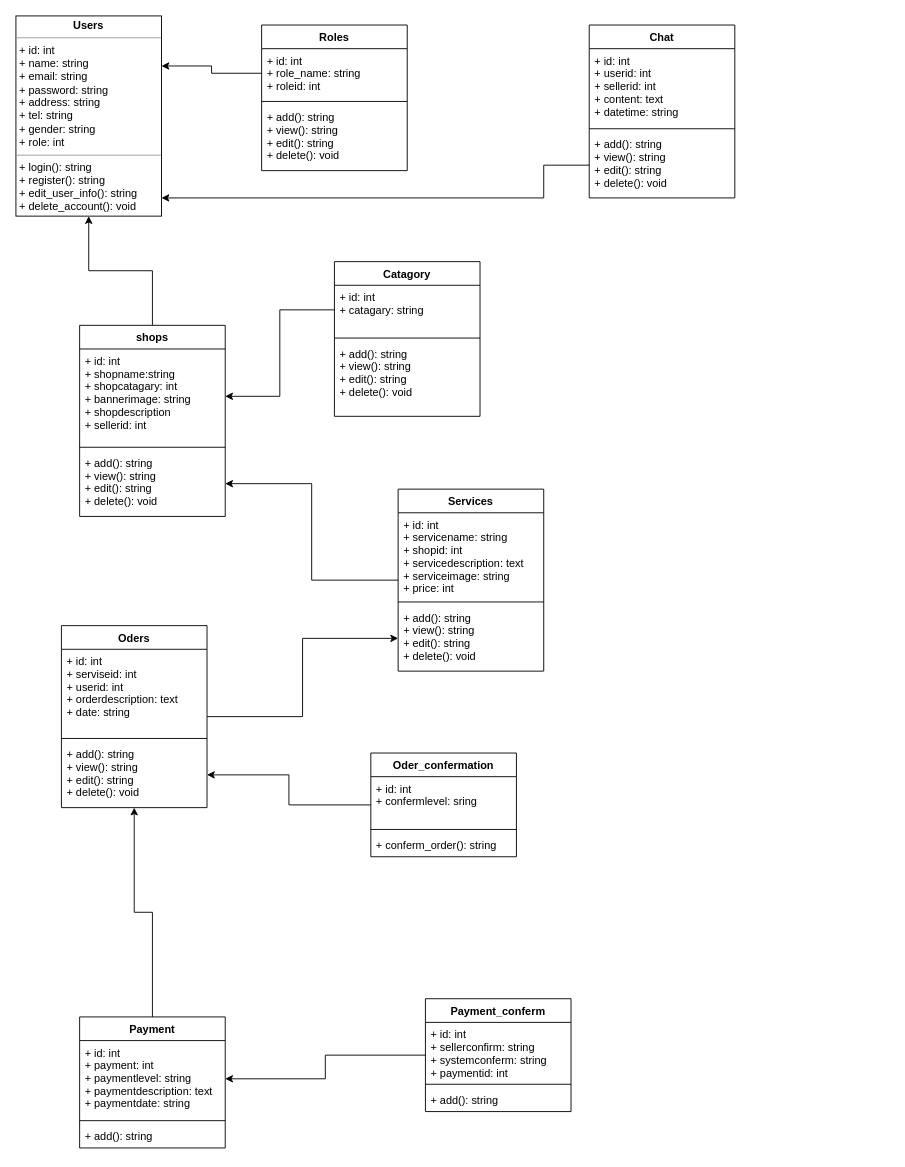
This is files/wokers_yard.drawio from WarunaDisanayaka/E-commerce-implementation-module-2243-mini-project, a draw.io file, before an edit. Source tidied: cells renumbered, new cells numbered last; positions are measured from the earlier drawing's top-left corner, leaving out a move shared by most shapes. Both pictures are drawn from the tidied source at 91%, with x=0, y=0 at pixel (15, 15).
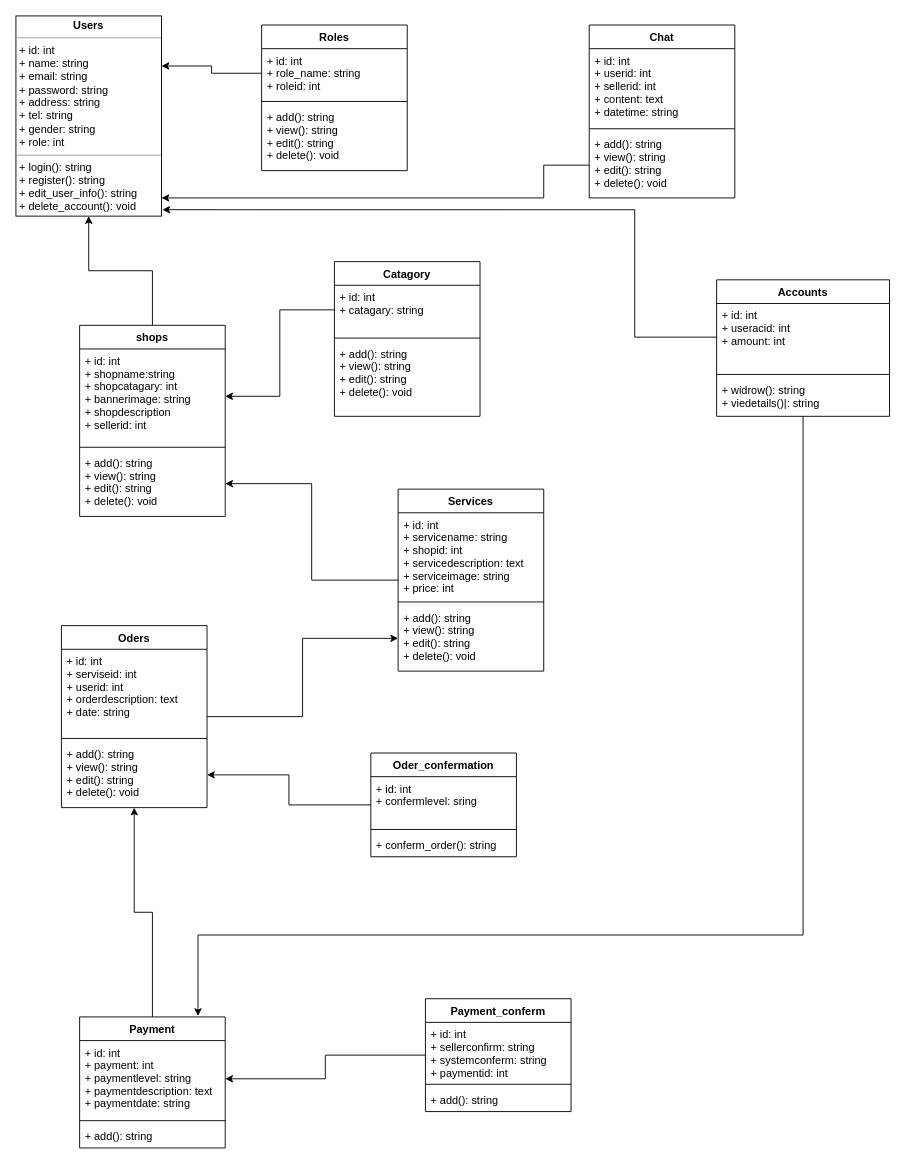
The same page after the edit.

The change refers to these unchanged cells:
```xml
<mxCell id="2" value="&lt;p style=&quot;margin:0px;margin-top:4px;text-align:center;&quot;&gt;&lt;b&gt;Users&lt;/b&gt;&lt;/p&gt;&lt;hr size=&quot;1&quot;&gt;&lt;p style=&quot;margin:0px;margin-left:4px;&quot;&gt;+ id: int&lt;/p&gt;&lt;p style=&quot;margin:0px;margin-left:4px;&quot;&gt;+ name: string&lt;/p&gt;&lt;p style=&quot;margin:0px;margin-left:4px;&quot;&gt;+ email: string&lt;/p&gt;&lt;p style=&quot;margin:0px;margin-left:4px;&quot;&gt;+ password: string&lt;/p&gt;&lt;p style=&quot;margin: 0px 0px 0px 4px;&quot;&gt;+ address: string&lt;/p&gt;&lt;p style=&quot;margin: 0px 0px 0px 4px;&quot;&gt;+ tel: string&lt;/p&gt;&lt;p style=&quot;margin: 0px 0px 0px 4px;&quot;&gt;+ gender: string&lt;/p&gt;&lt;p style=&quot;margin: 0px 0px 0px 4px;&quot;&gt;+ role: int&lt;/p&gt;&lt;hr size=&quot;1&quot;&gt;&lt;p style=&quot;margin:0px;margin-left:4px;&quot;&gt;+ login(): string&lt;/p&gt;&lt;p style=&quot;margin:0px;margin-left:4px;&quot;&gt;+ register(): string&lt;/p&gt;&lt;p style=&quot;margin:0px;margin-left:4px;&quot;&gt;+ edit_user_info(): string&lt;/p&gt;&lt;p style=&quot;margin:0px;margin-left:4px;&quot;&gt;+ delete_account(): void&lt;/p&gt;" style="verticalAlign=top;align=left;overflow=fill;fontSize=12;fontFamily=Helvetica;html=1;" parent="1" vertex="1">
  <mxGeometry width="160" height="220" as="geometry" />
</mxCell>
<mxCell id="33" value="Payment" style="swimlane;fontStyle=1;align=center;verticalAlign=top;horizontal=1;startSize=26;" parent="1" vertex="1">
  <mxGeometry x="70" y="1100" width="160" height="144" as="geometry" />
</mxCell>
```

Diff of the diagram source:
```diff
@@
+    <mxCell id="48" value="Accounts" style="swimlane;fontStyle=1;align=center;verticalAlign=top;horizontal=1;startSize=26;" parent="1" vertex="1">
+      <mxGeometry x="770" y="290" width="190" height="150" as="geometry" />
+    </mxCell>
+    <mxCell id="49" value="+ id: int&#10;+ useracid: int&#10;+ amount: int&#10;&#10;" style="text;strokeColor=none;fillColor=none;align=left;verticalAlign=top;spacingLeft=4;spacingRight=4;overflow=hidden;points=[[0,0.5],[1,0.5]];portConstraint=eastwest;" parent="48" vertex="1">
+      <mxGeometry y="26" width="190" height="74" as="geometry" />
+    </mxCell>
+    <mxCell id="50" style="line;strokeWidth=1;fillColor=none;align=left;verticalAlign=middle;spacingTop=-1;spacingLeft=3;spacingRight=3;labelPosition=right;strokeColor=inherit;" parent="48" vertex="1">
+      <mxGeometry y="100" width="190" height="8" as="geometry" />
+    </mxCell>
+    <mxCell id="51" value="+ widrow(): string&#10;+ viedetails()|: string" style="text;strokeColor=none;fillColor=none;align=left;verticalAlign=top;spacingLeft=4;spacingRight=4;overflow=hidden;points=[[0,0.5],[1,0.5]];portConstraint=eastwest;" parent="48" vertex="1">
+      <mxGeometry y="108" width="190" height="42" as="geometry" />
+    </mxCell>
+    <mxCell id="52" style="edgeStyle=orthogonalEdgeStyle;rounded=0;jettySize=auto;html=1;entryX=1.006;entryY=0.968;entryDx=0;entryDy=0;entryPerimeter=0;" parent="1" edge="1" source="49" target="2">
+      <mxGeometry relative="1" as="geometry">
+        <Array as="points">
+          <mxPoint x="680" y="353" />
+          <mxPoint x="680" y="213" />
+        </Array>
+      </mxGeometry>
+    </mxCell>
+    <mxCell id="53" style="edgeStyle=orthogonalEdgeStyle;rounded=0;jettySize=auto;html=1;entryX=0.813;entryY=-0.007;entryDx=0;entryDy=0;entryPerimeter=0;" parent="1" edge="1" source="51" target="33">
+      <mxGeometry relative="1" as="geometry">
+        <Array as="points">
+          <mxPoint x="865" y="1010" />
+          <mxPoint x="200" y="1010" />
+        </Array>
+      </mxGeometry>
+    </mxCell>
```
